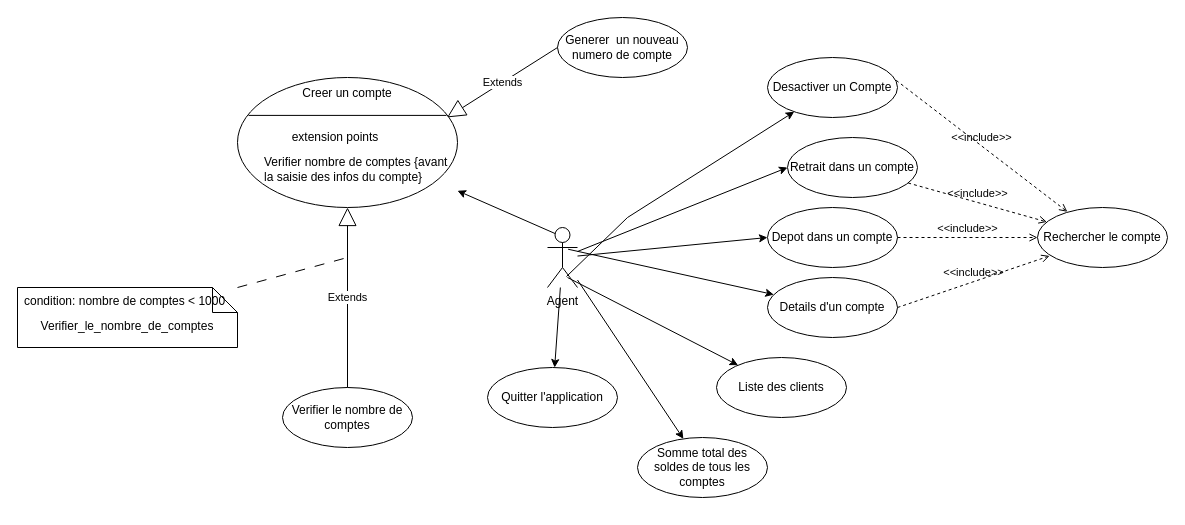
Above: Diagramme sans nom.drawio in arseneRuben/SymfonySocialLogin (draw.io), before the change. Source tidied: cells renumbered, new cells numbered last; positions are measured from the earlier drawing's top-left corner, leaving out a move shared by most shapes. Both pictures are drawn from the tidied source at 100%, with x=0, y=0 at pixel (17, 17).
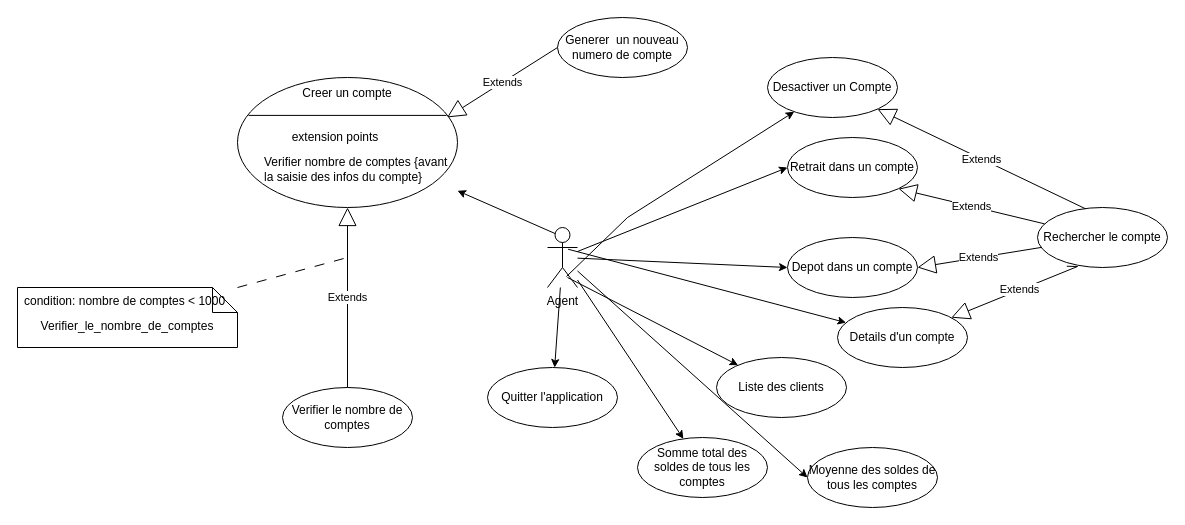
The same page after the edit.

The change refers to these unchanged cells:
```xml
<mxCell id="7" value="Agent" style="shape=umlActor;verticalLabelPosition=bottom;verticalAlign=top;html=1;" parent="1" vertex="1">
  <mxGeometry x="530" y="210" width="30" height="60" as="geometry" />
</mxCell>
<mxCell id="11" value="Desactiver un Compte" style="ellipse;html=1;whiteSpace=wrap;" parent="1" vertex="1">
  <mxGeometry x="750" y="40" width="130" height="60" as="geometry" />
</mxCell>
<mxCell id="14" value="Retrait dans un compte" style="ellipse;html=1;whiteSpace=wrap;" parent="1" vertex="1">
  <mxGeometry x="770" y="120" width="130" height="60" as="geometry" />
</mxCell>
<mxCell id="18" value="Rechercher le compte" style="ellipse;html=1;whiteSpace=wrap;" parent="1" vertex="1">
  <mxGeometry x="1020" y="190" width="130" height="60" as="geometry" />
</mxCell>
```

Change to the diagram source:
```diff
@@
+    <mxCell id="35" style="rounded=0;jettySize=auto;html=1;entryX=0;entryY=0.5;entryDx=0;entryDy=0;" parent="1" edge="1" source="7" target="36">
+      <mxGeometry relative="1" as="geometry" />
+    </mxCell>
@@
     <mxCell id="12" value="Details d'un compte" style="ellipse;html=1;whiteSpace=wrap;" parent="1" vertex="1">
-      <mxGeometry x="750" y="260" width="130" height="60" as="geometry" />
+      <mxGeometry x="820" y="290" width="130" height="60" as="geometry" />
     </mxCell>
     <mxCell id="13" value="Depot dans un compte" style="ellipse;html=1;whiteSpace=wrap;" parent="1" vertex="1">
-      <mxGeometry x="750" y="190" width="130" height="60" as="geometry" />
+      <mxGeometry x="770" y="220" width="130" height="60" as="geometry" />
     </mxCell>
@@
-    <mxCell id="19" value="&amp;lt;&amp;lt;include&amp;gt;&amp;gt;" style="html=1;verticalAlign=bottom;labelBackgroundColor=none;endArrow=open;endFill=0;dashed=1;rounded=0;exitX=0.99;exitY=0.381;exitDx=0;exitDy=0;exitPerimeter=0;entryX=0.23;entryY=0.072;entryDx=0;entryDy=0;entryPerimeter=0;" parent="1" edge="1" source="11" target="18">
-      <mxGeometry relative="1" as="geometry" />
-    </mxCell>
-    <mxCell id="20" value="&amp;lt;&amp;lt;include&amp;gt;&amp;gt;" style="html=1;verticalAlign=bottom;labelBackgroundColor=none;endArrow=open;endFill=0;dashed=1;rounded=0;" parent="1" edge="1" source="14" target="18">
-      <mxGeometry relative="1" as="geometry" />
-    </mxCell>
-    <mxCell id="21" value="&amp;lt;&amp;lt;include&amp;gt;&amp;gt;" style="html=1;verticalAlign=bottom;labelBackgroundColor=none;endArrow=open;endFill=0;dashed=1;rounded=0;entryX=0;entryY=0.5;entryDx=0;entryDy=0;" parent="1" edge="1" source="13" target="18">
-      <mxGeometry relative="1" as="geometry" />
-    </mxCell>
-    <mxCell id="22" value="&amp;lt;&amp;lt;include&amp;gt;&amp;gt;" style="html=1;verticalAlign=bottom;labelBackgroundColor=none;endArrow=open;endFill=0;dashed=1;rounded=0;exitX=1;exitY=0.5;exitDx=0;exitDy=0;entryX=0.093;entryY=0.807;entryDx=0;entryDy=0;entryPerimeter=0;" parent="1" edge="1" source="12" target="18">
-      <mxGeometry relative="1" as="geometry" />
-    </mxCell>
@@
+    <mxCell id="36" value="Moyenne des soldes de tous les comptes" style="ellipse;html=1;whiteSpace=wrap;" parent="1" vertex="1">
+      <mxGeometry x="790" y="430" width="130" height="60" as="geometry" />
+    </mxCell>
+    <mxCell id="37" value="Extends" style="endArrow=block;endSize=16;endFill=0;html=1;rounded=0;exitX=0.369;exitY=0.021;exitDx=0;exitDy=0;exitPerimeter=0;" parent="1" edge="1" source="18" target="11">
+      <mxGeometry relative="1" as="geometry" />
+    </mxCell>
+    <mxCell id="38" value="Extends" style="endArrow=block;endSize=16;endFill=0;html=1;rounded=0;entryX=1;entryY=1;entryDx=0;entryDy=0;" parent="1" edge="1" source="18" target="14">
+      <mxGeometry relative="1" as="geometry" />
+    </mxCell>
+    <mxCell id="39" value="Extends" style="endArrow=block;endSize=16;endFill=0;html=1;rounded=0;entryX=1;entryY=0.5;entryDx=0;entryDy=0;" parent="1" edge="1" source="18" target="13">
+      <mxGeometry relative="1" as="geometry" />
+    </mxCell>
+    <mxCell id="40" value="Extends" style="endArrow=block;endSize=16;endFill=0;html=1;rounded=0;exitX=0.225;exitY=0.979;exitDx=0;exitDy=0;exitPerimeter=0;" parent="1" edge="1" source="18" target="12">
+      <mxGeometry relative="1" as="geometry">
+        <Array as="points">
+          <mxPoint x="1060" y="249" />
+        </Array>
+      </mxGeometry>
+    </mxCell>
```
